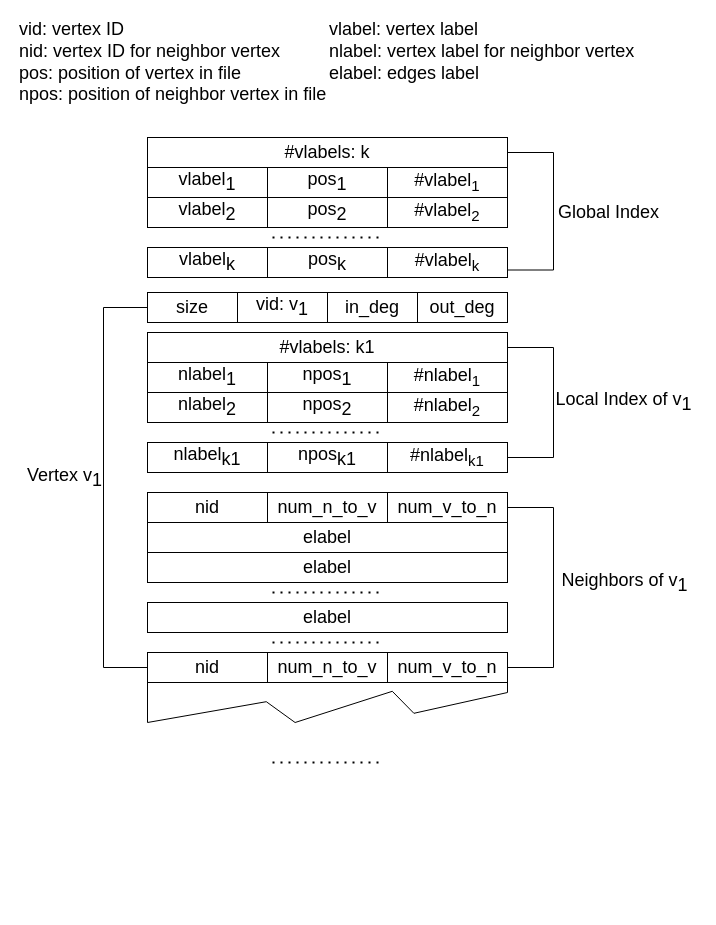
This is img/data_graph.drawio from E-Neo/opgm-paper, a draw.io file, before an edit. Source tidied: cells renumbered, new cells numbered last; positions are measured from the earlier drawing's top-left corner, leaving out a move shared by most shapes. Both pictures are drawn from the tidied source at 100%, with x=0, y=0 at pixel (17, 17).
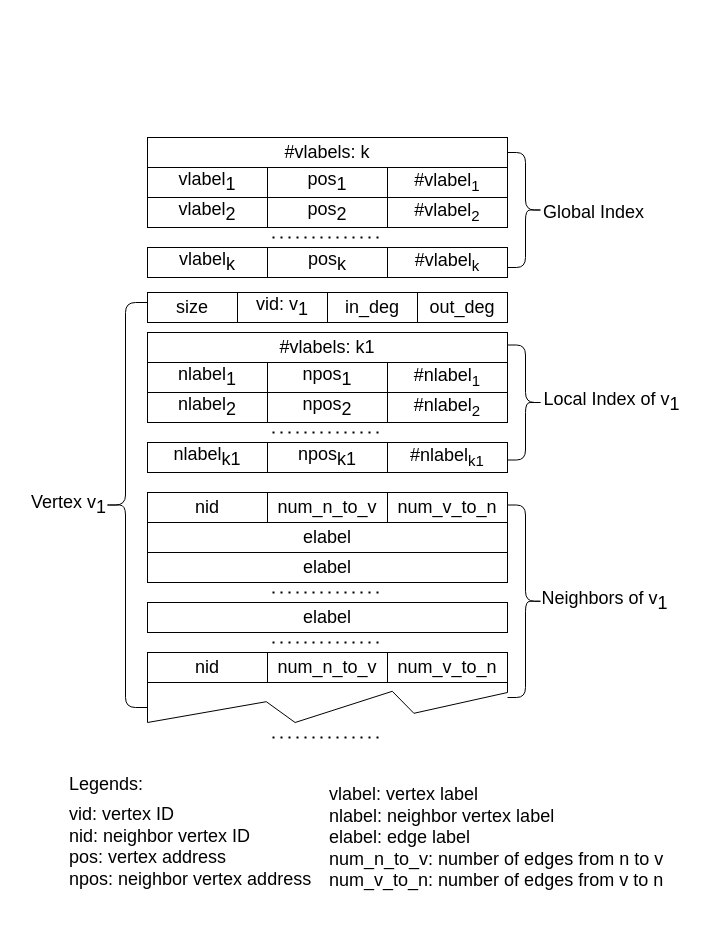
The same diagram, later.

Unchanged cells that the change refers to:
```xml
<mxCell id="3" value="&lt;font style=&quot;font-size: 18px;&quot;&gt;#vlabels: k&lt;/font&gt;" style="rounded=0;whiteSpace=wrap;html=1;fontSize=18;" parent="1" vertex="1">
  <mxGeometry x="130" y="120" width="360" height="30" as="geometry" />
</mxCell>
<mxCell id="15" value="#vlabel&lt;sub&gt;k&lt;/sub&gt;" style="rounded=0;whiteSpace=wrap;html=1;fontSize=18;" parent="12" vertex="1">
  <mxGeometry x="240" width="120" height="30" as="geometry" />
</mxCell>
<mxCell id="18" value="#vlabels: k&lt;span style=&quot;font-size: 18px&quot;&gt;1&lt;/span&gt;" style="rounded=0;whiteSpace=wrap;html=1;fontSize=18;" parent="1" vertex="1">
  <mxGeometry x="130" y="315" width="360" height="30" as="geometry" />
</mxCell>
<mxCell id="30" value="#nlabel&lt;sub&gt;k1&lt;/sub&gt;" style="rounded=0;whiteSpace=wrap;html=1;fontSize=18;" parent="27" vertex="1">
  <mxGeometry x="240" width="120" height="30" as="geometry" />
</mxCell>
<mxCell id="33" value="size" style="rounded=0;whiteSpace=wrap;html=1;fontSize=18;" parent="32" vertex="1">
  <mxGeometry width="90" height="30" as="geometry" />
</mxCell>
<mxCell id="40" value="num_v_to_n" style="rounded=0;whiteSpace=wrap;html=1;fontSize=18;" parent="37" vertex="1">
  <mxGeometry x="240" width="120" height="30" as="geometry" />
</mxCell>
<mxCell id="52" value="nid" style="rounded=0;whiteSpace=wrap;html=1;fontSize=18;" parent="51" vertex="1">
  <mxGeometry width="120" height="30" as="geometry" />
</mxCell>
<mxCell id="54" value="num_v_to_n" style="rounded=0;whiteSpace=wrap;html=1;fontSize=18;" parent="51" vertex="1">
  <mxGeometry x="240" width="120" height="30" as="geometry" />
</mxCell>
```

What changed in the source:
```diff
@@
-    <mxCell id="2" style="edgeStyle=orthogonalEdgeStyle;rounded=0;jettySize=auto;html=1;exitX=1;exitY=0.5;exitDx=0;exitDy=0;entryX=1;entryY=0.75;entryDx=0;entryDy=0;startArrow=none;startFill=0;fontSize=18;endArrow=none;endFill=0;" parent="1" edge="1" source="3" target="15">
-      <mxGeometry relative="1" as="geometry">
-        <Array as="points">
-          <mxPoint x="536" y="135" />
-          <mxPoint x="536" y="253" />
-        </Array>
-      </mxGeometry>
-    </mxCell>
@@
-    <mxCell id="17" style="edgeStyle=orthogonalEdgeStyle;rounded=0;jettySize=auto;html=1;exitX=1;exitY=0.5;exitDx=0;exitDy=0;entryX=1;entryY=0.5;entryDx=0;entryDy=0;startArrow=none;startFill=0;fontSize=18;endArrow=none;endFill=0;" parent="1" edge="1" source="18" target="30">
-      <mxGeometry relative="1" as="geometry">
-        <Array as="points">
-          <mxPoint x="536" y="330" />
-          <mxPoint x="536" y="440" />
-        </Array>
-      </mxGeometry>
-    </mxCell>
@@
-    <mxCell id="45" style="edgeStyle=orthogonalEdgeStyle;rounded=0;jettySize=auto;html=1;exitX=0;exitY=0.5;exitDx=0;exitDy=0;startArrow=none;startFill=0;endArrow=none;endFill=0;entryX=0;entryY=0.5;entryDx=0;entryDy=0;fontSize=18;" parent="1" edge="1" source="33" target="52">
-      <mxGeometry relative="1" as="geometry">
-        <Array as="points">
-          <mxPoint x="86" y="290" />
-          <mxPoint x="86" y="650" />
-        </Array>
-      </mxGeometry>
-    </mxCell>
-    <mxCell id="46" value="&lt;font style=&quot;font-size: 18px&quot;&gt;Vertex v&lt;sub style=&quot;font-size: 18px&quot;&gt;1&lt;/sub&gt;&lt;/font&gt;" style="edgeLabel;html=1;align=center;verticalAlign=middle;fontSize=18;" parent="45" vertex="1">
-      <mxGeometry x="-0.06" y="2" relative="1" as="geometry">
-        <mxPoint x="-42" y="3" as="offset" />
-      </mxGeometry>
-    </mxCell>
-    <mxCell id="47" style="edgeStyle=orthogonalEdgeStyle;rounded=0;jettySize=auto;html=1;exitX=1;exitY=0.5;exitDx=0;exitDy=0;startArrow=none;startFill=0;endArrow=none;endFill=0;entryX=1;entryY=0.5;entryDx=0;entryDy=0;fontSize=18;" parent="1" edge="1" source="40" target="54">
-      <mxGeometry relative="1" as="geometry">
-        <Array as="points">
-          <mxPoint x="536" y="490" />
-          <mxPoint x="536" y="650" />
-        </Array>
-      </mxGeometry>
-    </mxCell>
-    <mxCell id="48" value="&lt;font style=&quot;font-size: 18px&quot;&gt;Neighbors of v&lt;sub style=&quot;font-size: 18px&quot;&gt;1&lt;/sub&gt;&lt;/font&gt;" style="edgeLabel;html=1;align=center;verticalAlign=middle;fontSize=18;" parent="47" vertex="1">
-      <mxGeometry x="-0.22" y="-1" relative="1" as="geometry">
-        <mxPoint x="71" y="23" as="offset" />
-      </mxGeometry>
-    </mxCell>
@@
     <mxCell id="55" style="endArrow=none;dashed=1;html=1;dashPattern=1 3;strokeWidth=2;spacing=2;verticalAlign=middle;fontSize=18;" parent="1" edge="1">
-      <mxGeometry x="234" y="625" as="geometry">
-        <mxPoint x="255" y="745" as="sourcePoint" />
-        <mxPoint x="365" y="745" as="targetPoint" />
+      <mxGeometry x="234" y="600" as="geometry">
+        <mxPoint x="255" y="720" as="sourcePoint" />
+        <mxPoint x="365" y="720" as="targetPoint" />
       </mxGeometry>
     </mxCell>
     <mxCell id="56" value="Local Index of v&lt;sub style=&quot;font-size: 18px;&quot;&gt;1&lt;/sub&gt;" style="text;html=1;align=center;verticalAlign=middle;fontSize=18;" parent="1" vertex="1">
-      <mxGeometry x="531" y="370" width="150" height="30" as="geometry" />
+      <mxGeometry x="519" y="370" width="150" height="30" as="geometry" />
     </mxCell>
-    <mxCell id="57" value="Global Index" style="text;html=1;align=center;verticalAlign=middle;fontSize=18;" parent="1" vertex="1">
-      <mxGeometry x="531" y="180" width="120" height="30" as="geometry" />
-    </mxCell>
-    <mxCell id="58" value="&lt;font style=&quot;font-size: 18px&quot;&gt;vlabel: vertex label&lt;br&gt;nlabel: vertex label for neighbor vertex&lt;br&gt;elabel: edges label&lt;br&gt;&lt;br&gt;&lt;/font&gt;" style="rounded=0;whiteSpace=wrap;html=1;align=left;verticalAlign=middle;strokeColor=#FFFFFF;" parent="1" vertex="1">
-      <mxGeometry x="310" width="310" height="90" as="geometry" />
+    <mxCell id="58" value="&lt;font style=&quot;font-size: 18px&quot;&gt;vlabel: vertex label&lt;br&gt;nlabel: neighbor vertex label&lt;br&gt;elabel: edge label&lt;br&gt;num_n_to_v: number of edges from n to v&lt;br&gt;num_v_to_n: number of edges from v to n&lt;br&gt;&lt;/font&gt;" style="rounded=0;whiteSpace=wrap;html=1;align=left;verticalAlign=top;strokeColor=#FFFFFF;" parent="1" vertex="1">
+      <mxGeometry x="310" y="760" width="366" height="130" as="geometry" />
     </mxCell>
-    <mxCell id="59" value="&lt;font style=&quot;font-size: 18px&quot;&gt;&lt;span&gt;vid: vertex ID&lt;br&gt;&lt;/span&gt;nid: vertex ID for neighbor vertex&lt;br&gt;pos: position of vertex in file&lt;br&gt;&lt;span&gt;npos: position of neighbor vertex in file&lt;/span&gt;&lt;br&gt;&lt;/font&gt;" style="rounded=0;whiteSpace=wrap;html=1;align=left;verticalAlign=middle;strokeColor=#FFFFFF;" parent="1" vertex="1">
-      <mxGeometry width="310" height="90" as="geometry" />
+    <mxCell id="59" value="&lt;font style=&quot;font-size: 18px&quot;&gt;&lt;span&gt;vid: vertex ID&lt;br&gt;&lt;/span&gt;nid: neighbor vertex ID&lt;br&gt;pos: vertex address&lt;br&gt;&lt;span&gt;npos: neighbor vertex address&lt;/span&gt;&lt;br&gt;&lt;/font&gt;" style="rounded=0;whiteSpace=wrap;html=1;align=left;verticalAlign=top;strokeColor=#FFFFFF;" parent="1" vertex="1">
+      <mxGeometry x="50" y="780" width="260" height="90" as="geometry" />
     </mxCell>
+    <mxCell id="60" value="&lt;font style=&quot;font-size: 18px&quot;&gt;Legends:&lt;br&gt;&lt;/font&gt;" style="rounded=0;whiteSpace=wrap;html=1;align=left;verticalAlign=top;strokeColor=#FFFFFF;" parent="1" vertex="1">
+      <mxGeometry x="50" y="750" width="260" height="30" as="geometry" />
+    </mxCell>
+    <mxCell id="61" style="shape=curlyBracket;whiteSpace=wrap;html=1;rounded=1;" parent="1" vertex="1">
+      <mxGeometry x="86" y="285" width="44" height="405" as="geometry" />
+    </mxCell>
+    <mxCell id="46" value="&lt;font style=&quot;font-size: 18px&quot;&gt;Vertex v&lt;sub style=&quot;font-size: 18px&quot;&gt;1&lt;/sub&gt;&lt;/font&gt;" style="edgeLabel;html=1;align=center;verticalAlign=middle;fontSize=18;" parent="1" vertex="1">
+      <mxGeometry x="50" y="487.5" as="geometry" />
+    </mxCell>
+    <mxCell id="57" value="Global Index" style="text;html=1;align=center;verticalAlign=middle;fontSize=18;" parent="1" vertex="1">
+      <mxGeometry x="516" y="180" width="120" height="30" as="geometry" />
+    </mxCell>
+    <mxCell id="62" style="shape=curlyBracket;whiteSpace=wrap;html=1;rounded=1;flipH=1;" parent="1" vertex="1">
+      <mxGeometry x="490" y="135" width="36" height="115" as="geometry" />
+    </mxCell>
+    <mxCell id="63" style="shape=curlyBracket;whiteSpace=wrap;html=1;rounded=1;flipH=1;" parent="1" vertex="1">
+      <mxGeometry x="490" y="327.5" width="36" height="115" as="geometry" />
+    </mxCell>
+    <mxCell id="48" value="&lt;font style=&quot;font-size: 18px&quot;&gt;Neighbors of v&lt;sub style=&quot;font-size: 18px&quot;&gt;1&lt;/sub&gt;&lt;/font&gt;" style="edgeLabel;html=1;align=center;verticalAlign=middle;fontSize=18;" parent="1" vertex="1">
+      <mxGeometry x="586" y="583.8" as="geometry" />
+    </mxCell>
+    <mxCell id="64" style="shape=curlyBracket;whiteSpace=wrap;html=1;rounded=1;flipH=1;" parent="1" vertex="1">
+      <mxGeometry x="490" y="487.5" width="36" height="192.5" as="geometry" />
+    </mxCell>
```
